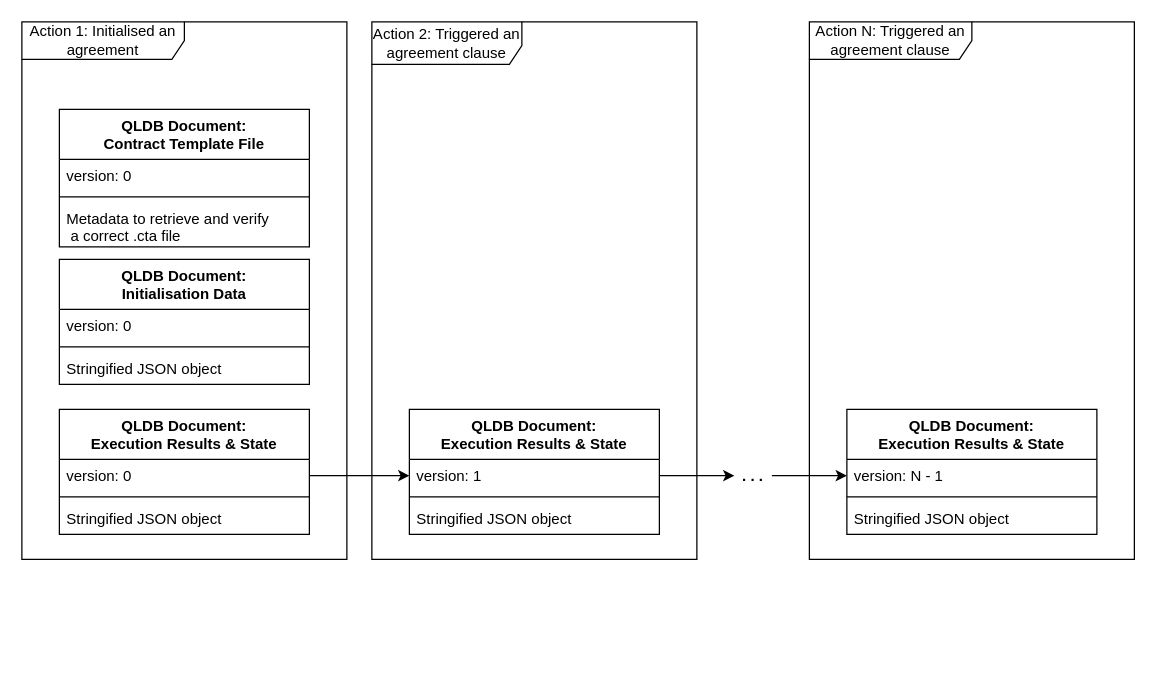
accordproject/aws-qldb-lambda keeps this draw.io diagram as page "Blog: Agreement data model" (8 of 10) of docs/Architecture.drawio. Above is the earlier version. Source tidied: cells renumbered, new cells numbered last; positions are measured from the earlier drawing's top-left corner, leaving out a move shared by most shapes. Both pictures are drawn from the tidied source at 125%, with x=0, y=0 at pixel (21, 21).
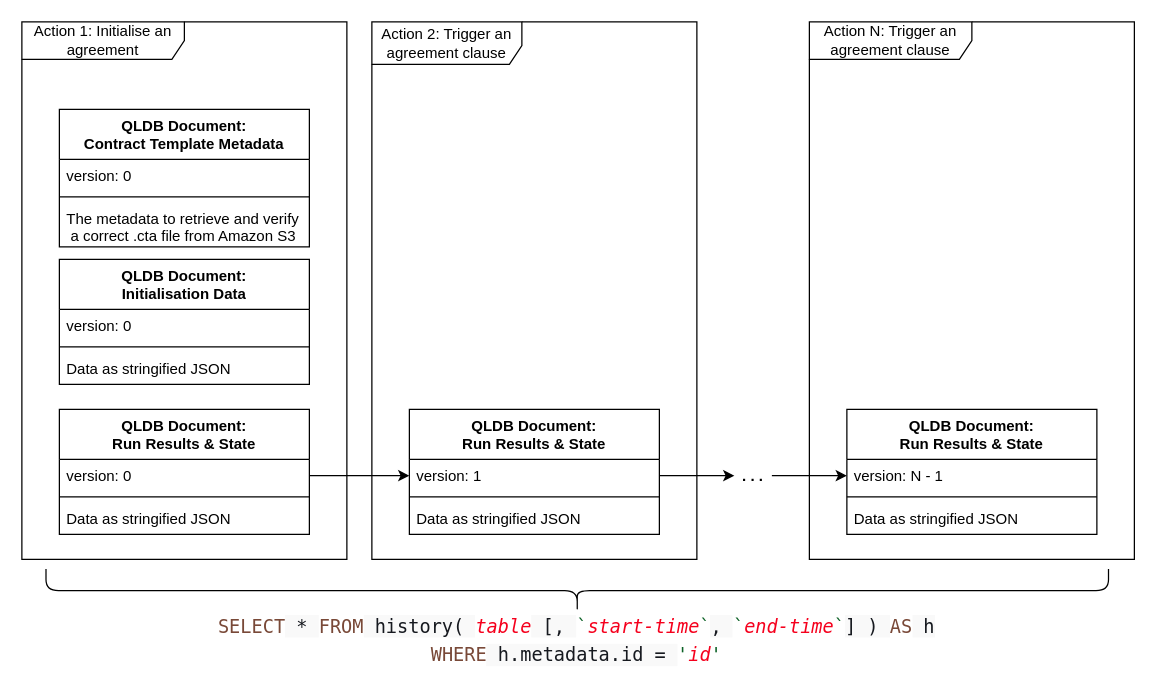
The same diagram, later.

Unchanged cells that the change refers to:
```xml
<mxCell id="7" value="QLDB Document:&#10;Initialisation Data" style="swimlane;fontStyle=1;align=center;verticalAlign=top;horizontal=1;startSize=40;strokeColor=#000000;" parent="1" vertex="1">
  <mxGeometry x="30" y="190" width="200" height="100" as="geometry" />
</mxCell>
```

The edit, as a diff of the source:
```diff
@@
-    <mxCell id="2" value="Action 1: Initialised an agreement" style="shape=umlFrame;whiteSpace=wrap;html=1;strokeColor=#000000;width=130;height=30;" parent="1" vertex="1">
+    <mxCell id="2" value="Action 1: Initialise an agreement" style="shape=umlFrame;whiteSpace=wrap;html=1;strokeColor=#000000;width=130;height=30;" parent="1" vertex="1">
       <mxGeometry width="260" height="430" as="geometry" />
     </mxCell>
-    <mxCell id="3" value="QLDB Document:&#10;Contract Template File" style="swimlane;fontStyle=1;align=center;verticalAlign=top;horizontal=1;startSize=40;strokeColor=#000000;" parent="1" vertex="1">
+    <mxCell id="3" value="QLDB Document:&#10;Contract Template Metadata" style="swimlane;fontStyle=1;align=center;verticalAlign=top;horizontal=1;startSize=40;strokeColor=#000000;" parent="1" vertex="1">
       <mxGeometry x="30" y="70" width="200" height="110" as="geometry" />
     </mxCell>
@@
-    <mxCell id="6" value="Metadata to retrieve and verify&#10; a correct .cta file" style="text;strokeColor=none;fillColor=none;align=left;verticalAlign=top;spacingLeft=4;spacingRight=4;overflow=hidden;" parent="3" vertex="1">
+    <mxCell id="6" value="The metadata to retrieve and verify&#10; a correct .cta file from Amazon S3" style="text;strokeColor=none;fillColor=none;align=left;verticalAlign=top;spacingLeft=4;spacingRight=4;overflow=hidden;" parent="3" vertex="1">
       <mxGeometry y="74" width="200" height="36" as="geometry" />
     </mxCell>
@@
-    <mxCell id="10" value="Stringified JSON object" style="text;strokeColor=none;fillColor=none;align=left;verticalAlign=top;spacingLeft=4;spacingRight=4;overflow=hidden;" parent="7" vertex="1">
+    <mxCell id="10" value="Data as stringified JSON" style="text;strokeColor=none;fillColor=none;align=left;verticalAlign=top;spacingLeft=4;spacingRight=4;overflow=hidden;" parent="7" vertex="1">
       <mxGeometry y="74" width="200" height="26" as="geometry" />
     </mxCell>
-    <mxCell id="11" value="QLDB Document:&#10;Execution Results &amp; State" style="swimlane;fontStyle=1;align=center;verticalAlign=top;horizontal=1;startSize=40;strokeColor=#000000;" parent="1" vertex="1">
+    <mxCell id="11" value="QLDB Document:&#10;Run Results &amp; State" style="swimlane;fontStyle=1;align=center;verticalAlign=top;horizontal=1;startSize=40;strokeColor=#000000;" parent="1" vertex="1">
       <mxGeometry x="30" y="310" width="200" height="100" as="geometry" />
     </mxCell>
@@
-    <mxCell id="14" value="Stringified JSON object" style="text;strokeColor=none;fillColor=none;align=left;verticalAlign=top;spacingLeft=4;spacingRight=4;overflow=hidden;" parent="11" vertex="1">
+    <mxCell id="14" value="Data as stringified JSON" style="text;strokeColor=none;fillColor=none;align=left;verticalAlign=top;spacingLeft=4;spacingRight=4;overflow=hidden;" parent="11" vertex="1">
       <mxGeometry y="74" width="200" height="26" as="geometry" />
     </mxCell>
-    <mxCell id="15" value="Action 2: Triggered an agreement clause" style="shape=umlFrame;whiteSpace=wrap;html=1;strokeColor=#000000;width=120;height=34;" parent="1" vertex="1">
+    <mxCell id="15" value="Action 2: Trigger an agreement clause" style="shape=umlFrame;whiteSpace=wrap;html=1;strokeColor=#000000;width=120;height=34;" parent="1" vertex="1">
       <mxGeometry x="280" width="260" height="430" as="geometry" />
     </mxCell>
-    <mxCell id="16" value="QLDB Document:&#10;Execution Results &amp; State" style="swimlane;fontStyle=1;align=center;verticalAlign=top;horizontal=1;startSize=40;strokeColor=#000000;" parent="1" vertex="1">
+    <mxCell id="16" value="QLDB Document:&#10;Run Results &amp; State" style="swimlane;fontStyle=1;align=center;verticalAlign=top;horizontal=1;startSize=40;strokeColor=#000000;" parent="1" vertex="1">
       <mxGeometry x="310" y="310" width="200" height="100" as="geometry" />
     </mxCell>
@@
-    <mxCell id="19" value="Stringified JSON object" style="text;strokeColor=none;fillColor=none;align=left;verticalAlign=top;spacingLeft=4;spacingRight=4;overflow=hidden;" parent="16" vertex="1">
+    <mxCell id="19" value="Data as stringified JSON" style="text;strokeColor=none;fillColor=none;align=left;verticalAlign=top;spacingLeft=4;spacingRight=4;overflow=hidden;" parent="16" vertex="1">
       <mxGeometry y="74" width="200" height="26" as="geometry" />
     </mxCell>
-    <mxCell id="20" value="Action N: Triggered an agreement clause" style="shape=umlFrame;whiteSpace=wrap;html=1;strokeColor=#000000;width=130;height=30;" parent="1" vertex="1">
+    <mxCell id="20" value="Action N: Trigger an agreement clause" style="shape=umlFrame;whiteSpace=wrap;html=1;strokeColor=#000000;width=130;height=30;" parent="1" vertex="1">
       <mxGeometry x="630" width="260" height="430" as="geometry" />
     </mxCell>
-    <mxCell id="21" value="QLDB Document:&#10;Execution Results &amp; State" style="swimlane;fontStyle=1;align=center;verticalAlign=top;horizontal=1;startSize=40;strokeColor=#000000;" parent="1" vertex="1">
+    <mxCell id="21" value="QLDB Document:&#10;Run Results &amp; State" style="swimlane;fontStyle=1;align=center;verticalAlign=top;horizontal=1;startSize=40;strokeColor=#000000;" parent="1" vertex="1">
       <mxGeometry x="660" y="310" width="200" height="100" as="geometry" />
     </mxCell>
@@
-    <mxCell id="24" value="Stringified JSON object" style="text;strokeColor=none;fillColor=none;align=left;verticalAlign=top;spacingLeft=4;spacingRight=4;overflow=hidden;" parent="21" vertex="1">
+    <mxCell id="24" value="Data as stringified JSON" style="text;strokeColor=none;fillColor=none;align=left;verticalAlign=top;spacingLeft=4;spacingRight=4;overflow=hidden;" parent="21" vertex="1">
       <mxGeometry y="74" width="200" height="26" as="geometry" />
     </mxCell>
@@
+    <mxCell id="29" style="shape=curlyBracket;whiteSpace=wrap;html=1;rounded=1;rotation=-90;" parent="1" vertex="1">
+      <mxGeometry x="426.9" y="30" width="34.8" height="850" as="geometry" />
+    </mxCell>
+    <mxCell id="30" value="&lt;span class=&quot;hljs-keyword&quot; style=&quot;color: rgb(121 , 73 , 56) ; font-family: &amp;#34;monaco&amp;#34; , &amp;#34;menlo&amp;#34; , &amp;#34;consolas&amp;#34; , &amp;#34;courier prime&amp;#34; , &amp;#34;courier&amp;#34; , &amp;#34;courier new&amp;#34; , monospace ; font-size: 14.88px&quot;&gt;SELECT&lt;/span&gt;&lt;span style=&quot;color: rgb(22 , 25 , 31) ; font-family: &amp;#34;monaco&amp;#34; , &amp;#34;menlo&amp;#34; , &amp;#34;consolas&amp;#34; , &amp;#34;courier prime&amp;#34; , &amp;#34;courier&amp;#34; , &amp;#34;courier new&amp;#34; , monospace ; font-size: 14.88px ; background-color: rgb(249 , 249 , 249)&quot;&gt; * &lt;/span&gt;&lt;span class=&quot;hljs-keyword&quot; style=&quot;color: rgb(121 , 73 , 56) ; font-family: &amp;#34;monaco&amp;#34; , &amp;#34;menlo&amp;#34; , &amp;#34;consolas&amp;#34; , &amp;#34;courier prime&amp;#34; , &amp;#34;courier&amp;#34; , &amp;#34;courier new&amp;#34; , monospace ; font-size: 14.88px&quot;&gt;FROM&lt;/span&gt;&lt;span style=&quot;color: rgb(22 , 25 , 31) ; font-family: &amp;#34;monaco&amp;#34; , &amp;#34;menlo&amp;#34; , &amp;#34;consolas&amp;#34; , &amp;#34;courier prime&amp;#34; , &amp;#34;courier&amp;#34; , &amp;#34;courier new&amp;#34; , monospace ; font-size: 14.88px ; background-color: rgb(249 , 249 , 249)&quot;&gt; history( &lt;/span&gt;&lt;code class=&quot;replaceable&quot; style=&quot;font-family: &amp;#34;monaco&amp;#34; , &amp;#34;menlo&amp;#34; , &amp;#34;consolas&amp;#34; , &amp;#34;courier prime&amp;#34; , &amp;#34;courier&amp;#34; , &amp;#34;courier new&amp;#34; , monospace ; font-size: 14.88px ; margin: 0px ; overflow: auto ; line-height: 1.5em ; font-style: italic ; color: rgb(245 , 0 , 29) ; padding: 0px ; display: inline&quot;&gt;table&lt;/code&gt;&lt;span style=&quot;color: rgb(22 , 25 , 31) ; font-family: &amp;#34;monaco&amp;#34; , &amp;#34;menlo&amp;#34; , &amp;#34;consolas&amp;#34; , &amp;#34;courier prime&amp;#34; , &amp;#34;courier&amp;#34; , &amp;#34;courier new&amp;#34; , monospace ; font-size: 14.88px ; background-color: rgb(249 , 249 , 249)&quot;&gt; [, &lt;/span&gt;&lt;span class=&quot;hljs-string&quot; style=&quot;color: rgb(11 , 97 , 37) ; font-family: &amp;#34;monaco&amp;#34; , &amp;#34;menlo&amp;#34; , &amp;#34;consolas&amp;#34; , &amp;#34;courier prime&amp;#34; , &amp;#34;courier&amp;#34; , &amp;#34;courier new&amp;#34; , monospace ; font-size: 14.88px&quot;&gt;`&lt;/span&gt;&lt;code class=&quot;replaceable&quot; style=&quot;font-family: &amp;#34;monaco&amp;#34; , &amp;#34;menlo&amp;#34; , &amp;#34;consolas&amp;#34; , &amp;#34;courier prime&amp;#34; , &amp;#34;courier&amp;#34; , &amp;#34;courier new&amp;#34; , monospace ; font-size: 14.88px ; margin: 0px ; overflow: auto ; line-height: 1.5em ; font-style: italic ; color: rgb(245 , 0 , 29) ; padding: 0px ; display: inline&quot;&gt;start-time&lt;/code&gt;&lt;span class=&quot;hljs-string&quot; style=&quot;color: rgb(11 , 97 , 37) ; font-family: &amp;#34;monaco&amp;#34; , &amp;#34;menlo&amp;#34; , &amp;#34;consolas&amp;#34; , &amp;#34;courier prime&amp;#34; , &amp;#34;courier&amp;#34; , &amp;#34;courier new&amp;#34; , monospace ; font-size: 14.88px&quot;&gt;`&lt;/span&gt;&lt;span style=&quot;color: rgb(22 , 25 , 31) ; font-family: &amp;#34;monaco&amp;#34; , &amp;#34;menlo&amp;#34; , &amp;#34;consolas&amp;#34; , &amp;#34;courier prime&amp;#34; , &amp;#34;courier&amp;#34; , &amp;#34;courier new&amp;#34; , monospace ; font-size: 14.88px ; background-color: rgb(249 , 249 , 249)&quot;&gt;, &lt;/span&gt;&lt;span class=&quot;hljs-string&quot; style=&quot;color: rgb(11 , 97 , 37) ; font-family: &amp;#34;monaco&amp;#34; , &amp;#34;menlo&amp;#34; , &amp;#34;consolas&amp;#34; , &amp;#34;courier prime&amp;#34; , &amp;#34;courier&amp;#34; , &amp;#34;courier new&amp;#34; , monospace ; font-size: 14.88px&quot;&gt;`&lt;/span&gt;&lt;code class=&quot;replaceable&quot; style=&quot;font-family: &amp;#34;monaco&amp;#34; , &amp;#34;menlo&amp;#34; , &amp;#34;consolas&amp;#34; , &amp;#34;courier prime&amp;#34; , &amp;#34;courier&amp;#34; , &amp;#34;courier new&amp;#34; , monospace ; font-size: 14.88px ; margin: 0px ; overflow: auto ; line-height: 1.5em ; font-style: italic ; color: rgb(245 , 0 , 29) ; padding: 0px ; display: inline&quot;&gt;end-time&lt;/code&gt;&lt;span class=&quot;hljs-string&quot; style=&quot;color: rgb(11 , 97 , 37) ; font-family: &amp;#34;monaco&amp;#34; , &amp;#34;menlo&amp;#34; , &amp;#34;consolas&amp;#34; , &amp;#34;courier prime&amp;#34; , &amp;#34;courier&amp;#34; , &amp;#34;courier new&amp;#34; , monospace ; font-size: 14.88px&quot;&gt;`&lt;/span&gt;&lt;span style=&quot;color: rgb(22 , 25 , 31) ; font-family: &amp;#34;monaco&amp;#34; , &amp;#34;menlo&amp;#34; , &amp;#34;consolas&amp;#34; , &amp;#34;courier prime&amp;#34; , &amp;#34;courier&amp;#34; , &amp;#34;courier new&amp;#34; , monospace ; font-size: 14.88px ; background-color: rgb(249 , 249 , 249)&quot;&gt;] ) &lt;/span&gt;&lt;span class=&quot;hljs-keyword&quot; style=&quot;color: rgb(121 , 73 , 56) ; font-family: &amp;#34;monaco&amp;#34; , &amp;#34;menlo&amp;#34; , &amp;#34;consolas&amp;#34; , &amp;#34;courier prime&amp;#34; , &amp;#34;courier&amp;#34; , &amp;#34;courier new&amp;#34; , monospace ; font-size: 14.88px&quot;&gt;AS&lt;/span&gt;&lt;span style=&quot;color: rgb(22 , 25 , 31) ; font-family: &amp;#34;monaco&amp;#34; , &amp;#34;menlo&amp;#34; , &amp;#34;consolas&amp;#34; , &amp;#34;courier prime&amp;#34; , &amp;#34;courier&amp;#34; , &amp;#34;courier new&amp;#34; , monospace ; font-size: 14.88px ; background-color: rgb(249 , 249 , 249)&quot;&gt; h&lt;br/&gt;&lt;/span&gt;&lt;span class=&quot;hljs-keyword&quot; style=&quot;color: rgb(121 , 73 , 56) ; font-family: &amp;#34;monaco&amp;#34; , &amp;#34;menlo&amp;#34; , &amp;#34;consolas&amp;#34; , &amp;#34;courier prime&amp;#34; , &amp;#34;courier&amp;#34; , &amp;#34;courier new&amp;#34; , monospace ; font-size: 14.88px&quot;&gt;WHERE&lt;/span&gt;&lt;span style=&quot;color: rgb(22 , 25 , 31) ; font-family: &amp;#34;monaco&amp;#34; , &amp;#34;menlo&amp;#34; , &amp;#34;consolas&amp;#34; , &amp;#34;courier prime&amp;#34; , &amp;#34;courier&amp;#34; , &amp;#34;courier new&amp;#34; , monospace ; font-size: 14.88px ; background-color: rgb(249 , 249 , 249)&quot;&gt; h.metadata.id = &lt;/span&gt;&lt;span class=&quot;hljs-string&quot; style=&quot;color: rgb(11 , 97 , 37) ; font-family: &amp;#34;monaco&amp;#34; , &amp;#34;menlo&amp;#34; , &amp;#34;consolas&amp;#34; , &amp;#34;courier prime&amp;#34; , &amp;#34;courier&amp;#34; , &amp;#34;courier new&amp;#34; , monospace ; font-size: 14.88px&quot;&gt;'&lt;/span&gt;&lt;code class=&quot;replaceable&quot; style=&quot;font-family: &amp;#34;monaco&amp;#34; , &amp;#34;menlo&amp;#34; , &amp;#34;consolas&amp;#34; , &amp;#34;courier prime&amp;#34; , &amp;#34;courier&amp;#34; , &amp;#34;courier new&amp;#34; , monospace ; font-size: 14.88px ; margin: 0px ; overflow: auto ; line-height: 1.5em ; font-style: italic ; color: rgb(245 , 0 , 29) ; padding: 0px ; display: inline&quot;&gt;id&lt;/code&gt;&lt;span class=&quot;hljs-string&quot; style=&quot;color: rgb(11 , 97 , 37) ; font-family: &amp;#34;monaco&amp;#34; , &amp;#34;menlo&amp;#34; , &amp;#34;consolas&amp;#34; , &amp;#34;courier prime&amp;#34; , &amp;#34;courier&amp;#34; , &amp;#34;courier new&amp;#34; , monospace ; font-size: 14.88px&quot;&gt;'&lt;/span&gt;" style="text;html=1;strokeColor=none;fillColor=none;align=center;verticalAlign=middle;whiteSpace=wrap;rounded=0;" parent="1" vertex="1">
+      <mxGeometry x="39.3" y="485" width="810" height="20" as="geometry" />
+    </mxCell>
```
